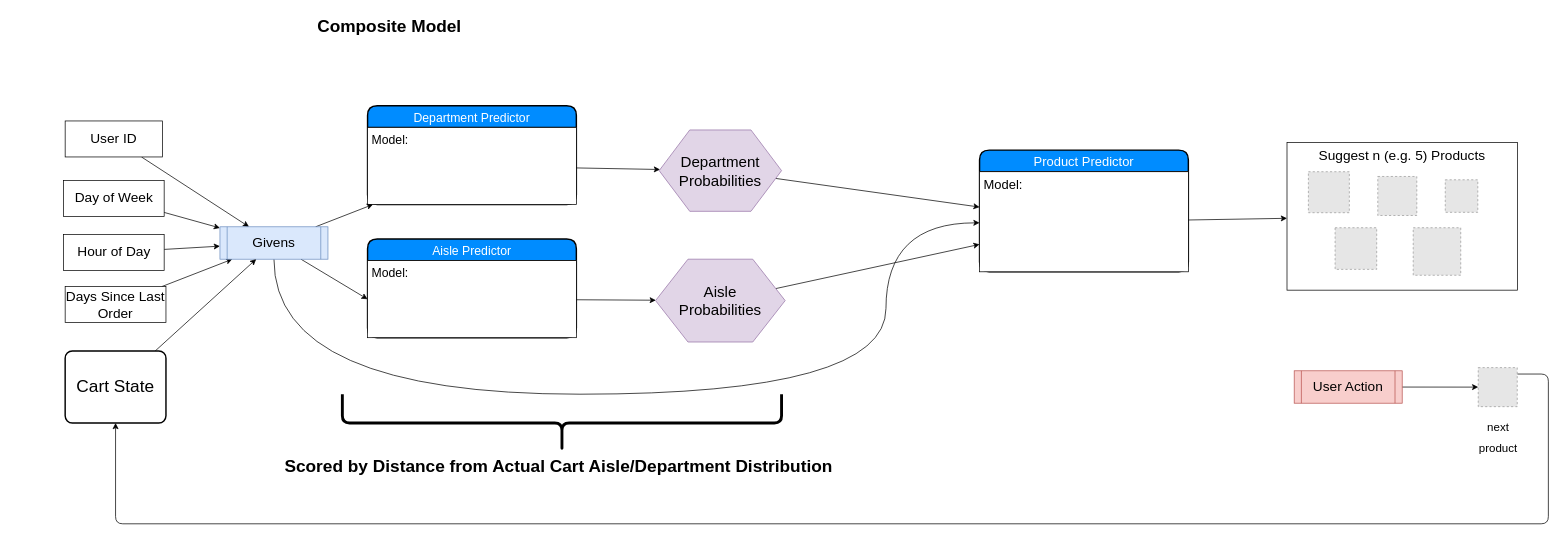
This is page "Composite Model" (1 of 2) of instacart_data_flow.drawio from thomkav/classification_instacart, a draw.io file, before an edit. Source tidied: cells renumbered, new cells numbered last; positions are measured from the earlier drawing's top-left corner, leaving out a move shared by most shapes. Both pictures are drawn from the tidied source at 72%, with x=0, y=0 at pixel (63, 12). Pictures stored in the file or linked from it are replaced by grey dashed boxes.
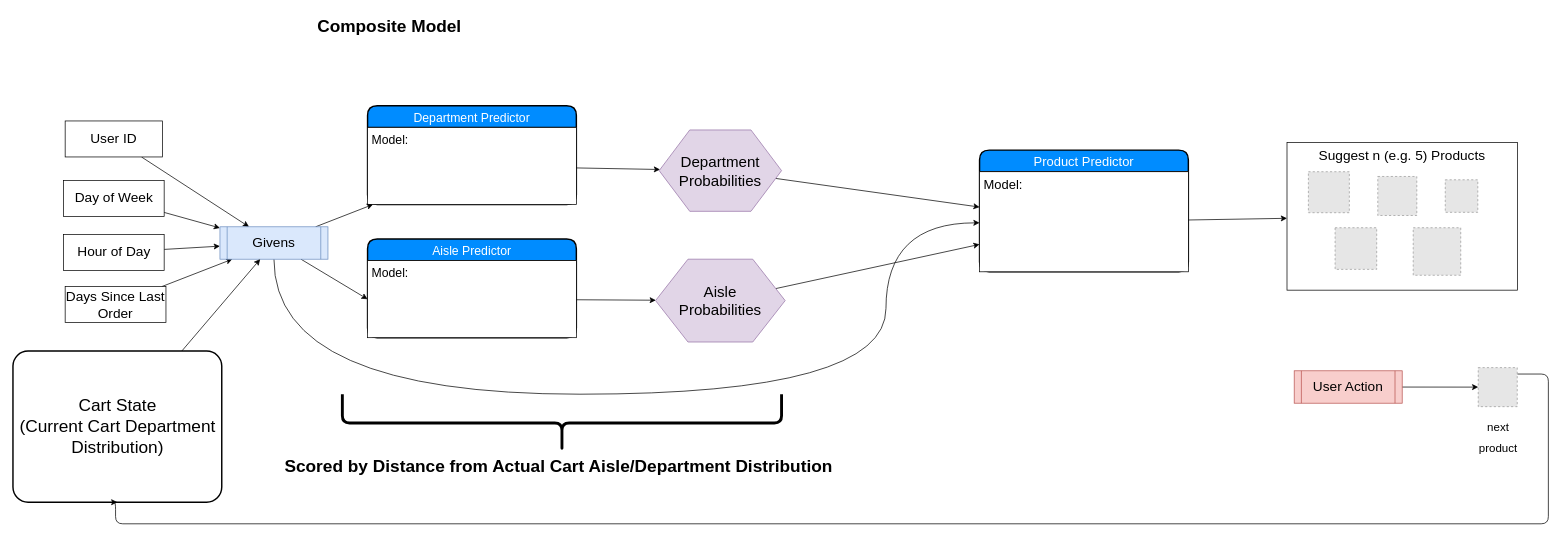
Above is the later version.

Commit message (it also covers changes not shown here):
Develop some of custom loss function for dept pred

What changed in the source:
```diff
@@
-    <mxCell id="22" value="Cart State" style="strokeWidth=2;rounded=1;arcSize=10;whiteSpace=wrap;html=1;align=center;fontSize=24;fillColor=#ffffff;" parent="1" vertex="1">
-      <mxGeometry x="2" y="470" width="140" height="100" as="geometry" />
+    <mxCell id="22" value="Cart State&lt;br&gt;(Current Cart Department Distribution)" style="strokeWidth=2;rounded=1;arcSize=10;whiteSpace=wrap;html=1;align=center;fontSize=24;fillColor=#ffffff;" parent="1" vertex="1">
+      <mxGeometry x="-70.5" y="470" width="290" height="210" as="geometry" />
     </mxCell>
```
